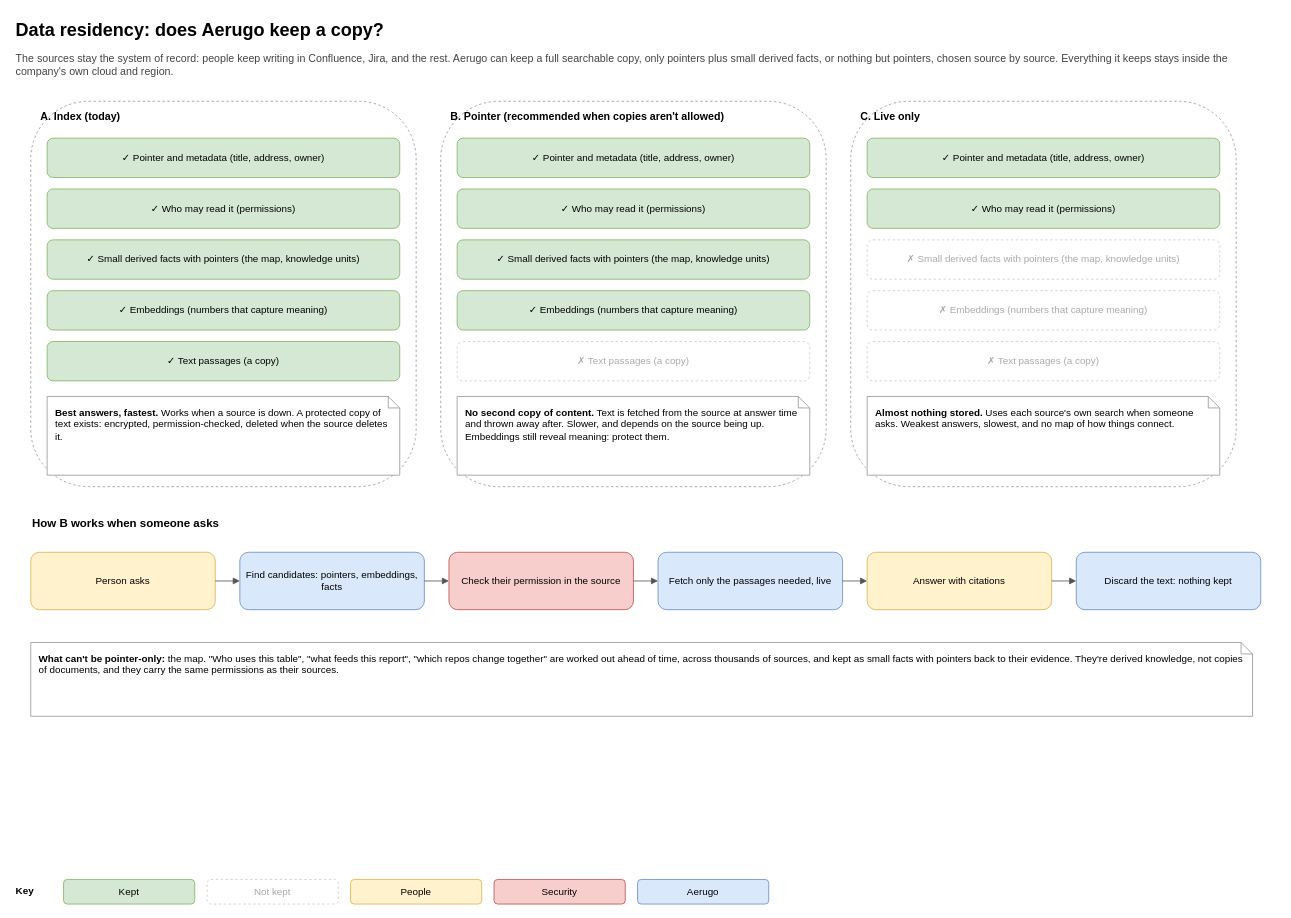
Earlier version of the draw.io diagram page "3. What's stored" (3 of 10) of docs/architecture/aerugo-architecture.drawio (aerugo-hq/aerugo-self-host). Source tidied: cells renumbered, new cells numbered last; positions are measured from the earlier drawing's top-left corner, leaving out a move shared by most shapes. Both pictures are drawn from the tidied source at 82%, with x=0, y=0 at pixel (14, 14).
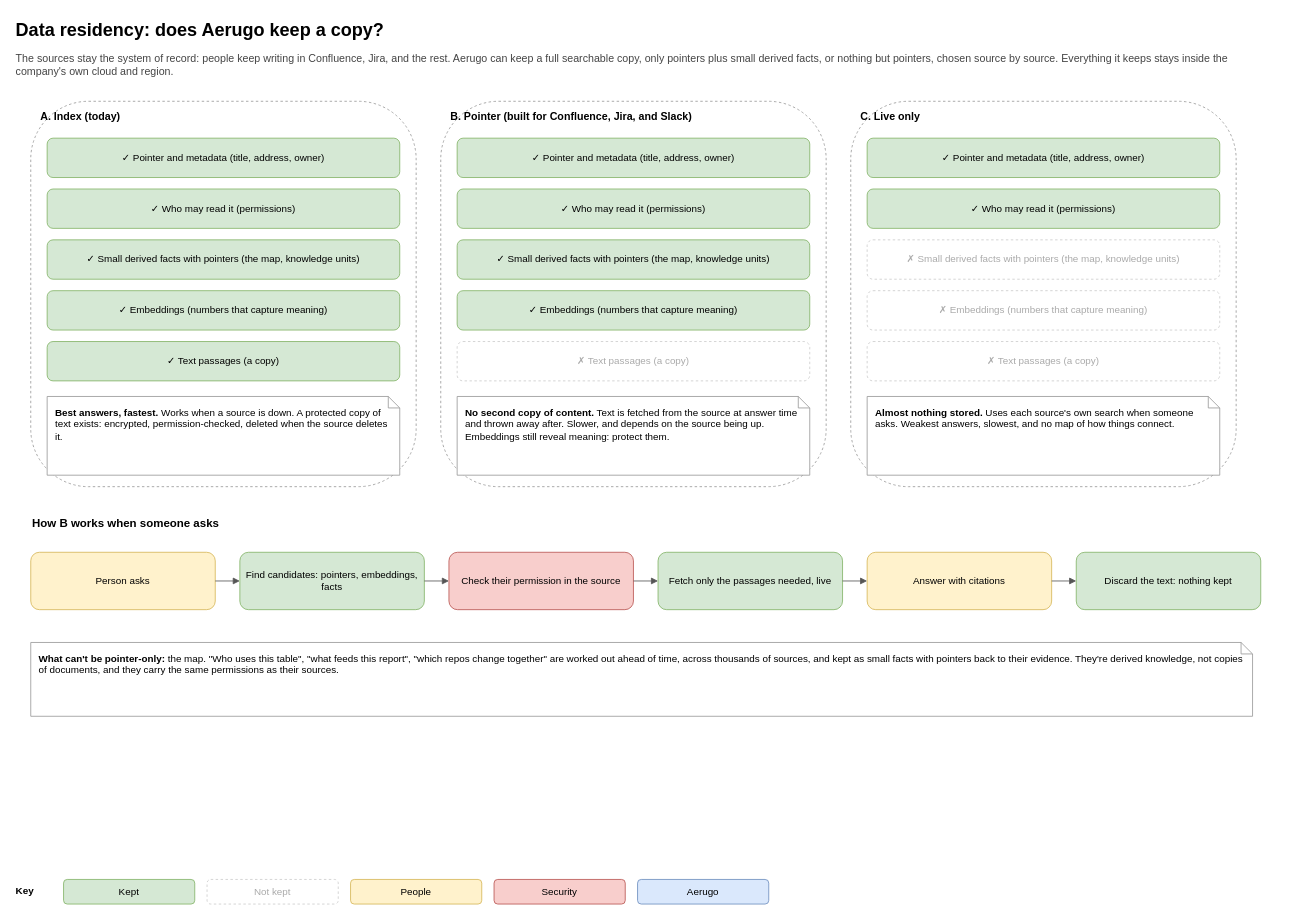
After the change.

Diff of the diagram source:
```diff
@@
-    <mxCell id="11" value="&lt;b&gt;B. Pointer&lt;/b&gt; (recommended when copies aren't allowed)" style="rounded=1;whiteSpace=wrap;html=1;fillColor=none;dashed=1;strokeColor=#999999;verticalAlign=top;align=left;spacingLeft=10;spacingTop=4;fontStyle=1;fontSize=13;" parent="1" vertex="1">
+    <mxCell id="11" value="&lt;b&gt;B. Pointer&lt;/b&gt; (built for Confluence, Jira, and Slack)" style="rounded=1;whiteSpace=wrap;html=1;fillColor=none;dashed=1;strokeColor=#999999;verticalAlign=top;align=left;spacingLeft=10;spacingTop=4;fontStyle=1;fontSize=13;" parent="1" vertex="1">
       <mxGeometry x="520" y="106" width="470" height="470" as="geometry" />
     </mxCell>
@@
-    <mxCell id="27" value="Find candidates: pointers, embeddings, facts" style="rounded=1;whiteSpace=wrap;html=1;fillColor=#dae8fc;strokeColor=#6c8ebf;fontSize=12;" parent="1" vertex="1">
+    <mxCell id="27" value="Find candidates: pointers, embeddings, facts" style="rounded=1;whiteSpace=wrap;html=1;fillColor=#d5e8d4;strokeColor=#82b366;fontSize=12;" parent="1" vertex="1">
       <mxGeometry x="275" y="656" width="225" height="70" as="geometry" />
     </mxCell>
@@
-    <mxCell id="29" value="Fetch only the passages needed, live" style="rounded=1;whiteSpace=wrap;html=1;fillColor=#dae8fc;strokeColor=#6c8ebf;fontSize=12;" parent="1" vertex="1">
+    <mxCell id="29" value="Fetch only the passages needed, live" style="rounded=1;whiteSpace=wrap;html=1;fillColor=#d5e8d4;strokeColor=#82b366;fontSize=12;" parent="1" vertex="1">
       <mxGeometry x="785" y="656" width="225" height="70" as="geometry" />
     </mxCell>
@@
-    <mxCell id="31" value="Discard the text: nothing kept" style="rounded=1;whiteSpace=wrap;html=1;fillColor=#dae8fc;strokeColor=#6c8ebf;fontSize=12;" parent="1" vertex="1">
+    <mxCell id="31" value="Discard the text: nothing kept" style="rounded=1;whiteSpace=wrap;html=1;fillColor=#d5e8d4;strokeColor=#82b366;fontSize=12;" parent="1" vertex="1">
       <mxGeometry x="1295" y="656" width="225" height="70" as="geometry" />
     </mxCell>
```
